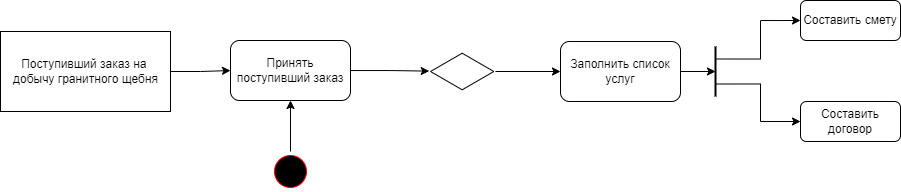
Above: Widow_Deiatelnosti.drawio.png in Awftf/UML (draw.io), before the change. Source tidied: cells renumbered, new cells last; positions are measured from the earlier drawing's top-left corner, leaving out a move shared by most shapes.
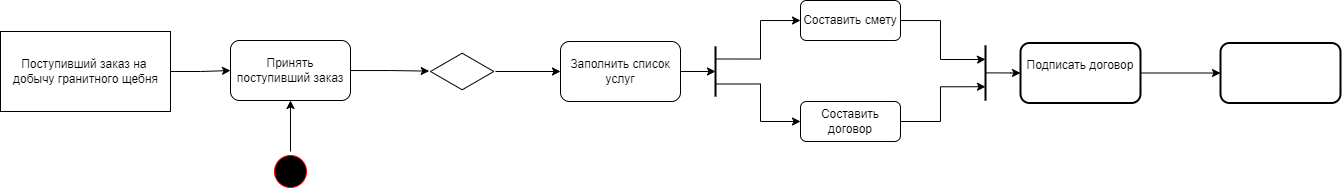
After the change.

The edit, as a diff of the source:
```diff
@@ -43,11 +43,43 @@
     <mxCell id="14" style="line;strokeWidth=2;direction=south;html=1;" parent="1" vertex="1">
       <mxGeometry x="710" y="46" width="10" height="50" as="geometry" />
     </mxCell>
+    <mxCell id="17" style="edgeStyle=orthogonalEdgeStyle;rounded=0;jettySize=auto;html=1;entryX=0.25;entryY=0.5;entryDx=0;entryDy=0;entryPerimeter=0;" parent="1" edge="1" source="15" target="20">
+      <mxGeometry relative="1" as="geometry">
+        <Array as="points">
+          <mxPoint x="940" y="20" />
+          <mxPoint x="940" y="59" />
+          <mxPoint x="980" y="59" />
+        </Array>
+      </mxGeometry>
+    </mxCell>
     <mxCell id="15" value="Составить смету" style="rounded=1;whiteSpace=wrap;html=1;" parent="1" vertex="1">
       <mxGeometry x="800" width="100" height="40" as="geometry" />
     </mxCell>
+    <mxCell id="18" style="edgeStyle=orthogonalEdgeStyle;rounded=0;jettySize=auto;html=1;entryX=0.75;entryY=0.5;entryDx=0;entryDy=0;entryPerimeter=0;" parent="1" edge="1" source="16" target="20">
+      <mxGeometry relative="1" as="geometry">
+        <Array as="points">
+          <mxPoint x="940" y="121" />
+          <mxPoint x="940" y="86" />
+        </Array>
+      </mxGeometry>
+    </mxCell>
     <mxCell id="16" value="Составить договор" style="rounded=1;whiteSpace=wrap;html=1;" parent="1" vertex="1">
       <mxGeometry x="800" y="101" width="100" height="40" as="geometry" />
     </mxCell>
+    <mxCell id="19" style="edgeStyle=orthogonalEdgeStyle;rounded=0;jettySize=auto;html=1;exitX=0.498;exitY=0.42;exitDx=0;exitDy=0;exitPerimeter=0;" parent="1" edge="1" source="20" target="22">
+      <mxGeometry relative="1" as="geometry" />
+    </mxCell>
+    <mxCell id="20" style="line;strokeWidth=2;direction=south;html=1;" parent="1" vertex="1">
+      <mxGeometry x="980" y="45" width="10" height="55" as="geometry" />
+    </mxCell>
+    <mxCell id="21" style="edgeStyle=orthogonalEdgeStyle;rounded=0;jettySize=auto;html=1;" parent="1" edge="1" source="22" target="23">
+      <mxGeometry relative="1" as="geometry" />
+    </mxCell>
+    <mxCell id="22" value="Подписать договор" style="rounded=1;whiteSpace=wrap;html=1;verticalAlign=top;strokeWidth=2;labelBackgroundColor=default;spacingTop=8;" parent="1" vertex="1">
+      <mxGeometry x="1020" y="42.5" width="120" height="60" as="geometry" />
+    </mxCell>
+    <mxCell id="23" style="whiteSpace=wrap;html=1;verticalAlign=top;rounded=1;strokeWidth=2;labelBackgroundColor=default;spacingTop=8;" parent="1" vertex="1">
+      <mxGeometry x="1220" y="42.5" width="120" height="60" as="geometry" />
+    </mxCell>
   </root>
 </mxGraphModel>
```
